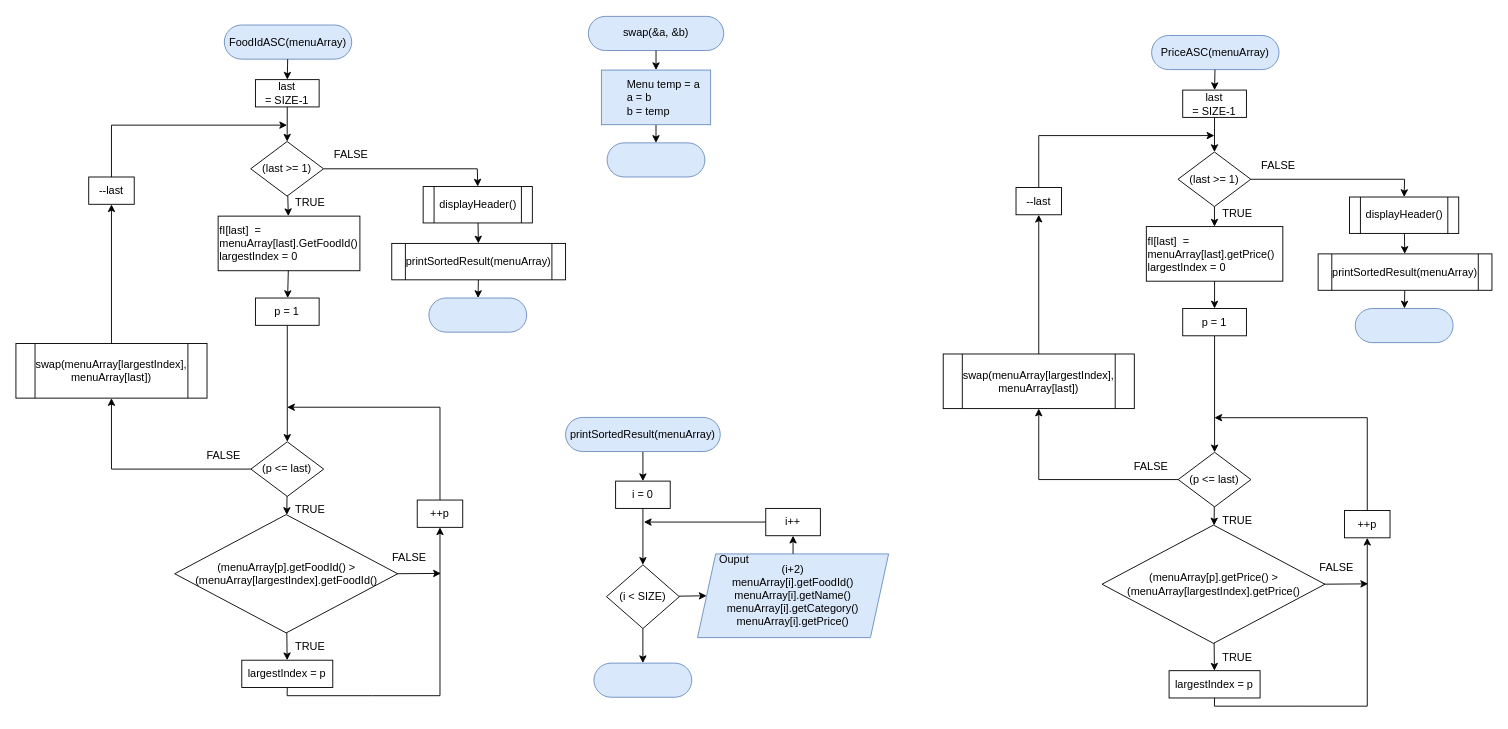
jjn7702/SECJ2013-DSA keeps this draw.io diagram as page "SORTING FUNCTION" (3 of 5) of Submission/sec02/Tupperware/classDiagram.drawio. Above is the earlier version. Source tidied: cells renumbered, new cells numbered last; positions are measured from the earlier drawing's top-left corner, leaving out a move shared by most shapes. Both pictures are drawn from the tidied source at 91%, with x=0, y=0 at pixel (15, 15).
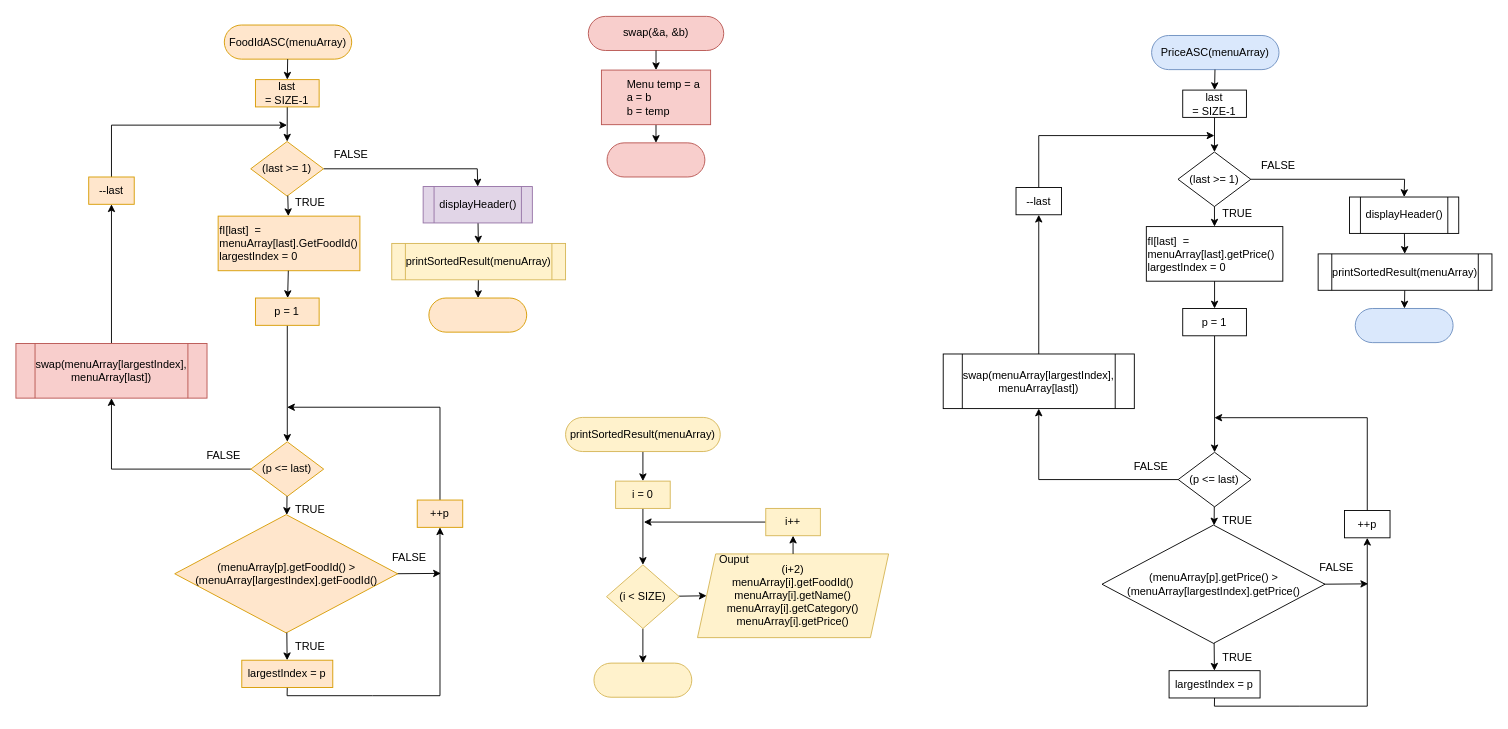
The same diagram, later.

Unchanged cells that the change refers to:
```xml
<mxCell id="14" style="group;" parent="1" vertex="1">
  <mxGeometry x="749" y="583.2" width="210" height="100" as="geometry" />
</mxCell>
```

Change to the diagram source:
```diff
@@
-    <mxCell id="3" value="printSortedResult(menuArray)" style="rounded=1;whiteSpace=wrap;html=1;glass=0;labelBackgroundColor=none;fillColor=#dae8fc;arcSize=50;strokeColor=#6c8ebf;" parent="1" vertex="1">
+    <mxCell id="3" value="printSortedResult(menuArray)" style="rounded=1;whiteSpace=wrap;html=1;glass=0;labelBackgroundColor=none;fillColor=#fff2cc;arcSize=50;strokeColor=#d6b656;" parent="1" vertex="1">
       <mxGeometry x="604" y="441.2" width="170" height="37.5" as="geometry" />
     </mxCell>
-    <mxCell id="4" value="swap(&amp;amp;a, &amp;amp;b)" style="rounded=1;whiteSpace=wrap;html=1;glass=0;labelBackgroundColor=none;fillColor=#dae8fc;arcSize=50;strokeColor=#6c8ebf;" parent="1" vertex="1">
+    <mxCell id="4" value="swap(&amp;amp;a, &amp;amp;b)" style="rounded=1;whiteSpace=wrap;html=1;glass=0;labelBackgroundColor=none;fillColor=#f8cecc;arcSize=50;strokeColor=#b85450;" parent="1" vertex="1">
       <mxGeometry x="629" y="0.5" width="148.8" height="37.5" as="geometry" />
     </mxCell>
-    <mxCell id="5" style="rounded=1;whiteSpace=wrap;html=1;glass=0;labelBackgroundColor=none;fillColor=#dae8fc;arcSize=50;strokeColor=#6c8ebf;" parent="1" vertex="1">
+    <mxCell id="5" style="rounded=1;whiteSpace=wrap;html=1;glass=0;labelBackgroundColor=none;fillColor=#f8cecc;arcSize=50;strokeColor=#b85450;" parent="1" vertex="1">
       <mxGeometry x="649.6" y="139.5" width="107.5" height="37.5" as="geometry" />
     </mxCell>
@@
-    <mxCell id="7" value="&lt;div style=&quot;text-align: justify;&quot;&gt;&lt;span style=&quot;background-color: initial;&quot;&gt;&lt;span style=&quot;white-space: pre;&quot;&gt;&#9;&lt;/span&gt;Menu temp = a&lt;/span&gt;&lt;/div&gt;&lt;div style=&quot;text-align: justify;&quot;&gt;&lt;span style=&quot;background-color: initial;&quot;&gt;&lt;span style=&quot;white-space: pre;&quot;&gt;&#9;&lt;/span&gt;a = b&lt;/span&gt;&lt;/div&gt;&lt;div style=&quot;text-align: justify;&quot;&gt;&lt;span style=&quot;background-color: initial;&quot;&gt;&lt;span style=&quot;white-space: pre;&quot;&gt;&#9;&lt;/span&gt;b = temp&lt;/span&gt;&lt;/div&gt;" style="whiteSpace=wrap;html=1;fillColor=#dae8fc;strokeColor=#6c8ebf;align=left;" parent="1" vertex="1">
+    <mxCell id="7" value="&lt;div style=&quot;text-align: justify;&quot;&gt;&lt;span style=&quot;background-color: initial;&quot;&gt;&lt;span style=&quot;white-space: pre;&quot;&gt;&#9;&lt;/span&gt;Menu temp = a&lt;/span&gt;&lt;/div&gt;&lt;div style=&quot;text-align: justify;&quot;&gt;&lt;span style=&quot;background-color: initial;&quot;&gt;&lt;span style=&quot;white-space: pre;&quot;&gt;&#9;&lt;/span&gt;a = b&lt;/span&gt;&lt;/div&gt;&lt;div style=&quot;text-align: justify;&quot;&gt;&lt;span style=&quot;background-color: initial;&quot;&gt;&lt;span style=&quot;white-space: pre;&quot;&gt;&#9;&lt;/span&gt;b = temp&lt;/span&gt;&lt;/div&gt;" style="whiteSpace=wrap;html=1;fillColor=#f8cecc;strokeColor=#b85450;align=left;" parent="1" vertex="1">
       <mxGeometry x="643.4" y="59.5" width="120" height="60" as="geometry" />
     </mxCell>
@@
-    <mxCell id="11" value="(i &amp;lt; SIZE)" style="rhombus;whiteSpace=wrap;html=1;" parent="1" vertex="1">
+    <mxCell id="11" value="(i &amp;lt; SIZE)" style="rhombus;whiteSpace=wrap;html=1;fillColor=#fff2cc;strokeColor=#d6b656;" parent="1" vertex="1">
       <mxGeometry x="649" y="603.2" width="80" height="70" as="geometry" />
     </mxCell>
@@
-    <mxCell id="13" value="i = 0" style="whiteSpace=wrap;html=1;" parent="1" vertex="1">
+    <mxCell id="13" value="i = 0" style="whiteSpace=wrap;html=1;fillColor=#fff2cc;strokeColor=#d6b656;" parent="1" vertex="1">
       <mxGeometry x="659" y="511.2" width="60" height="30" as="geometry" />
     </mxCell>
@@
-    <mxCell id="15" value="(i+2)&lt;br&gt;menuArray[i].getFoodId()&lt;br&gt;menuArray[i].getName()&lt;br&gt;menuArray[i].getCategory()&lt;br&gt;menuArray[i].getPrice()&lt;br&gt;" style="shape=parallelogram;perimeter=parallelogramPerimeter;whiteSpace=wrap;html=1;fixedSize=1;fillColor=#dae8fc;strokeColor=#6c8ebf;" parent="14" vertex="1">
+    <mxCell id="15" value="(i+2)&lt;br&gt;menuArray[i].getFoodId()&lt;br&gt;menuArray[i].getName()&lt;br&gt;menuArray[i].getCategory()&lt;br&gt;menuArray[i].getPrice()&lt;br&gt;" style="shape=parallelogram;perimeter=parallelogramPerimeter;whiteSpace=wrap;html=1;fixedSize=1;fillColor=#fff2cc;strokeColor=#d6b656;" parent="14" vertex="1">
       <mxGeometry y="8" width="210" height="92" as="geometry" />
     </mxCell>
@@
-    <mxCell id="18" value="i++" style="whiteSpace=wrap;html=1;" parent="1" vertex="1">
+    <mxCell id="18" value="i++" style="whiteSpace=wrap;html=1;fillColor=#fff2cc;strokeColor=#d6b656;" parent="1" vertex="1">
       <mxGeometry x="824" y="541.2" width="60" height="30" as="geometry" />
     </mxCell>
@@
-    <mxCell id="20" style="rounded=1;whiteSpace=wrap;html=1;glass=0;labelBackgroundColor=none;fillColor=#dae8fc;arcSize=50;strokeColor=#6c8ebf;" parent="1" vertex="1">
+    <mxCell id="20" style="rounded=1;whiteSpace=wrap;html=1;glass=0;labelBackgroundColor=none;fillColor=#fff2cc;arcSize=50;strokeColor=#d6b656;" parent="1" vertex="1">
       <mxGeometry x="635.2" y="711.2" width="107.5" height="37.5" as="geometry" />
     </mxCell>
-    <mxCell id="21" value="FoodIdASC(menuArray)" style="rounded=1;whiteSpace=wrap;html=1;glass=0;labelBackgroundColor=none;fillColor=#dae8fc;arcSize=50;strokeColor=#6c8ebf;" parent="1" vertex="1">
+    <mxCell id="21" value="FoodIdASC(menuArray)" style="rounded=1;whiteSpace=wrap;html=1;glass=0;labelBackgroundColor=none;fillColor=#ffe6cc;arcSize=50;strokeColor=#d79b00;" parent="1" vertex="1">
       <mxGeometry x="229" y="10" width="140" height="37.5" as="geometry" />
     </mxCell>
@@
-    <mxCell id="23" value="(last &amp;gt;= 1)" style="rhombus;whiteSpace=wrap;html=1;" parent="1" vertex="1">
+    <mxCell id="23" value="(last &amp;gt;= 1)" style="rhombus;whiteSpace=wrap;html=1;fillColor=#ffe6cc;strokeColor=#d79b00;" parent="1" vertex="1">
       <mxGeometry x="258" y="138" width="80" height="60" as="geometry" />
     </mxCell>
@@
-    <mxCell id="25" value="last &lt;br&gt;= SIZE-1" style="whiteSpace=wrap;html=1;" parent="1" vertex="1">
+    <mxCell id="25" value="last &lt;br&gt;= SIZE-1" style="whiteSpace=wrap;html=1;fillColor=#ffe6cc;strokeColor=#d79b00;" parent="1" vertex="1">
       <mxGeometry x="263.2" y="70" width="70" height="30" as="geometry" />
     </mxCell>
@@
-    <mxCell id="28" value="--last" style="whiteSpace=wrap;html=1;" parent="1" vertex="1">
+    <mxCell id="28" value="--last" style="whiteSpace=wrap;html=1;fillColor=#ffe6cc;strokeColor=#d79b00;" parent="1" vertex="1">
       <mxGeometry x="80" y="177" width="50" height="30" as="geometry" />
     </mxCell>
-    <mxCell id="29" value="fI[last]&amp;nbsp; = menuArray[last].GetFoodId()&lt;br&gt;largestIndex = 0" style="whiteSpace=wrap;html=1;align=left;" parent="1" vertex="1">
+    <mxCell id="29" value="fI[last]&amp;nbsp; = menuArray[last].GetFoodId()&lt;br&gt;largestIndex = 0" style="whiteSpace=wrap;html=1;align=left;fillColor=#ffe6cc;strokeColor=#d79b00;" parent="1" vertex="1">
       <mxGeometry x="222.2" y="220" width="155.8" height="60" as="geometry" />
     </mxCell>
@@
-    <mxCell id="32" value="(p &amp;lt;= last)" style="rhombus;whiteSpace=wrap;html=1;" parent="1" vertex="1">
+    <mxCell id="32" value="(p &amp;lt;= last)" style="rhombus;whiteSpace=wrap;html=1;fillColor=#ffe6cc;strokeColor=#d79b00;" parent="1" vertex="1">
       <mxGeometry x="258.2" y="468" width="80" height="60" as="geometry" />
     </mxCell>
@@
-    <mxCell id="34" value="p = 1" style="whiteSpace=wrap;html=1;" parent="1" vertex="1">
+    <mxCell id="34" value="p = 1" style="whiteSpace=wrap;html=1;fillColor=#ffe6cc;strokeColor=#d79b00;" parent="1" vertex="1">
       <mxGeometry x="263.2" y="310" width="70" height="30" as="geometry" />
     </mxCell>
@@
-    <mxCell id="37" value="(menuArray[p].getFoodId() &amp;gt;&lt;br&gt;(menuArray[largestIndex].getFoodId()" style="rhombus;whiteSpace=wrap;html=1;" parent="1" vertex="1">
+    <mxCell id="37" value="(menuArray[p].getFoodId() &amp;gt;&lt;br&gt;(menuArray[largestIndex].getFoodId()" style="rhombus;whiteSpace=wrap;html=1;fillColor=#ffe6cc;strokeColor=#d79b00;" parent="1" vertex="1">
       <mxGeometry x="174.5" y="548" width="245" height="130" as="geometry" />
     </mxCell>
@@
-    <mxCell id="40" value="largestIndex = p" style="whiteSpace=wrap;html=1;" parent="1" vertex="1">
+    <mxCell id="40" value="largestIndex = p" style="whiteSpace=wrap;html=1;fillColor=#ffe6cc;strokeColor=#d79b00;" parent="1" vertex="1">
       <mxGeometry x="248.2" y="708" width="100" height="30" as="geometry" />
     </mxCell>
@@
-    <mxCell id="43" value="++p" style="whiteSpace=wrap;html=1;" parent="1" vertex="1">
+    <mxCell id="43" value="++p" style="whiteSpace=wrap;html=1;fillColor=#ffe6cc;strokeColor=#d79b00;" parent="1" vertex="1">
       <mxGeometry x="441" y="532" width="50" height="30" as="geometry" />
     </mxCell>
@@
-    <mxCell id="45" value="swap(menuArray[largestIndex], menuArray[last])" style="shape=process;whiteSpace=wrap;html=1;backgroundOutline=1;" parent="1" vertex="1">
+    <mxCell id="45" value="swap(menuArray[largestIndex], menuArray[last])" style="shape=process;whiteSpace=wrap;html=1;backgroundOutline=1;fillColor=#f8cecc;strokeColor=#b85450;" parent="1" vertex="1">
       <mxGeometry y="360" width="210" height="60" as="geometry" />
     </mxCell>
@@
-    <mxCell id="52" value="displayHeader()" style="shape=process;whiteSpace=wrap;html=1;backgroundOutline=1;" parent="1" vertex="1">
+    <mxCell id="52" value="displayHeader()" style="shape=process;whiteSpace=wrap;html=1;backgroundOutline=1;fillColor=#e1d5e7;strokeColor=#9673a6;" parent="1" vertex="1">
       <mxGeometry x="447.5" y="187.5" width="120" height="40" as="geometry" />
     </mxCell>
@@
-    <mxCell id="54" value="printSortedResult(menuArray)" style="shape=process;whiteSpace=wrap;html=1;backgroundOutline=1;size=0.07729468599033816;" parent="1" vertex="1">
+    <mxCell id="54" value="printSortedResult(menuArray)" style="shape=process;whiteSpace=wrap;html=1;backgroundOutline=1;size=0.07729468599033816;fillColor=#fff2cc;strokeColor=#d6b656;" parent="1" vertex="1">
       <mxGeometry x="413" y="250" width="191" height="40" as="geometry" />
     </mxCell>
-    <mxCell id="55" style="rounded=1;whiteSpace=wrap;html=1;glass=0;labelBackgroundColor=none;fillColor=#dae8fc;arcSize=50;strokeColor=#6c8ebf;" parent="1" vertex="1">
+    <mxCell id="55" style="rounded=1;whiteSpace=wrap;html=1;glass=0;labelBackgroundColor=none;fillColor=#ffe6cc;arcSize=50;strokeColor=#d79b00;" parent="1" vertex="1">
       <mxGeometry x="453.8" y="310" width="107.5" height="37.5" as="geometry" />
     </mxCell>
```
